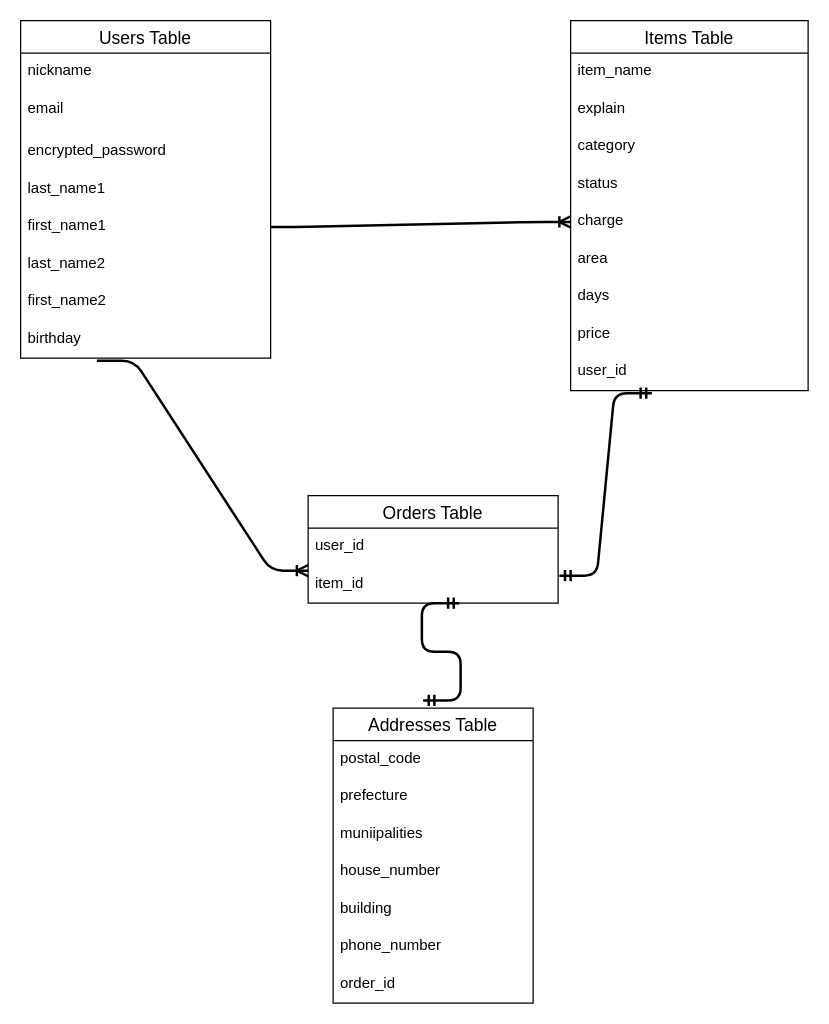
Earlier version of the draw.io diagram furima.dio (rindalinda/furima-36851). Source tidied: cells renumbered, new cells numbered last; positions are measured from the earlier drawing's top-left corner, leaving out a move shared by most shapes. Both pictures are drawn from the tidied source at 125%, with x=0, y=0 at pixel (20, 20).
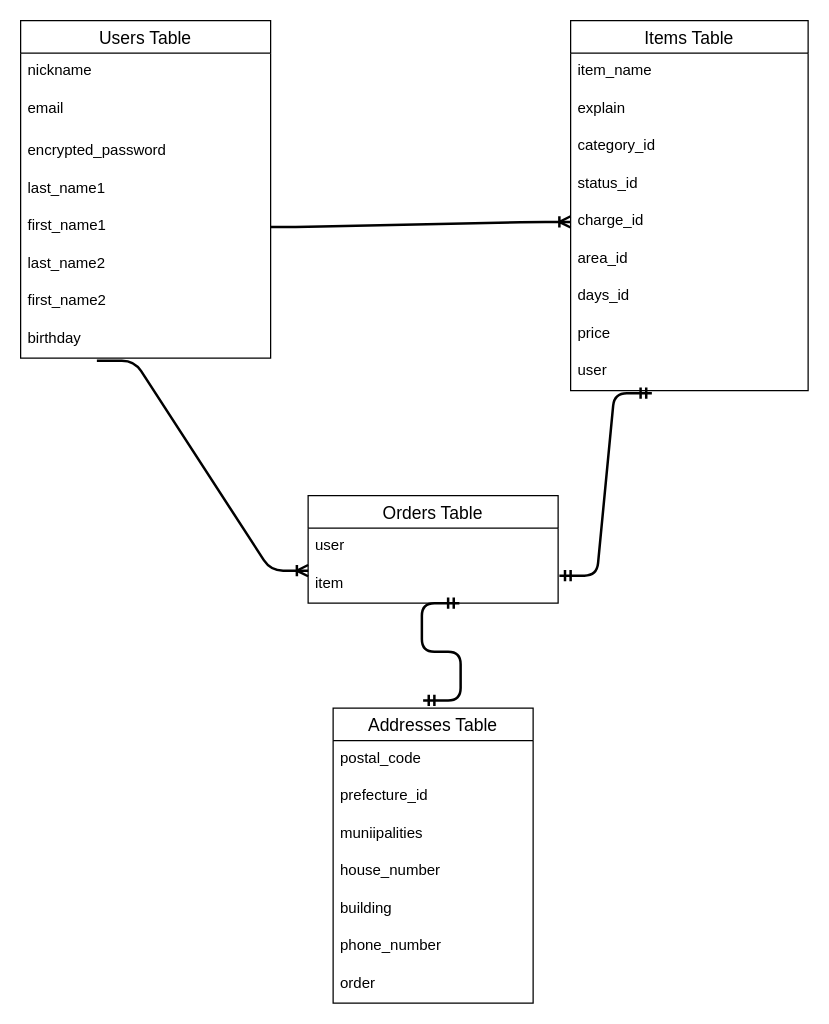
Above is the later version.

Commit message (it also covers changes not shown here):
データベース設計修正

Unchanged cells that the change refers to:
```xml
<mxCell id="11" value="Items Table" style="swimlane;fontStyle=0;horizontal=1;startSize=26;align=center;fontSize=14;" parent="1" vertex="1">
  <mxGeometry x="440" width="190" height="296" as="geometry" />
</mxCell>
<mxCell id="22" value="Orders Table" style="swimlane;fontStyle=0;horizontal=1;startSize=26;align=center;fontSize=14;" parent="1" vertex="1">
  <mxGeometry x="230" y="380" width="200" height="86" as="geometry" />
</mxCell>
<mxCell id="27" value="Addresses Table" style="swimlane;fontStyle=0;horizontal=1;startSize=26;align=center;fontSize=14;" parent="1" vertex="1">
  <mxGeometry x="250" y="550" width="160" height="236" as="geometry" />
</mxCell>
```

Diff of the diagram source:
```diff
@@
-    <mxCell id="14" value="category" style="text;strokeColor=none;fillColor=none;spacingLeft=4;spacingRight=4;overflow=hidden;fontSize=12;" parent="11" vertex="1">
+    <mxCell id="14" value="category_id" style="text;strokeColor=none;fillColor=none;spacingLeft=4;spacingRight=4;overflow=hidden;fontSize=12;" parent="11" vertex="1">
       <mxGeometry y="86" width="190" height="30" as="geometry" />
     </mxCell>
-    <mxCell id="15" value="status" style="text;strokeColor=none;fillColor=none;spacingLeft=4;spacingRight=4;overflow=hidden;fontSize=12;" parent="11" vertex="1">
+    <mxCell id="15" value="status_id" style="text;strokeColor=none;fillColor=none;spacingLeft=4;spacingRight=4;overflow=hidden;fontSize=12;" parent="11" vertex="1">
       <mxGeometry y="116" width="190" height="30" as="geometry" />
     </mxCell>
-    <mxCell id="16" value="charge" style="text;strokeColor=none;fillColor=none;spacingLeft=4;spacingRight=4;overflow=hidden;points=[[0,0.5],[1,0.5]];portConstraint=eastwest;fontSize=12;" parent="11" vertex="1">
+    <mxCell id="16" value="charge_id" style="text;strokeColor=none;fillColor=none;spacingLeft=4;spacingRight=4;overflow=hidden;points=[[0,0.5],[1,0.5]];portConstraint=eastwest;fontSize=12;" parent="11" vertex="1">
       <mxGeometry y="146" width="190" height="30" as="geometry" />
     </mxCell>
-    <mxCell id="17" value="area" style="text;strokeColor=none;fillColor=none;spacingLeft=4;spacingRight=4;overflow=hidden;fontSize=12;" parent="11" vertex="1">
+    <mxCell id="17" value="area_id" style="text;strokeColor=none;fillColor=none;spacingLeft=4;spacingRight=4;overflow=hidden;fontSize=12;" parent="11" vertex="1">
       <mxGeometry y="176" width="190" height="30" as="geometry" />
     </mxCell>
-    <mxCell id="18" value="days" style="text;strokeColor=none;fillColor=none;spacingLeft=4;spacingRight=4;overflow=hidden;fontSize=12;" parent="11" vertex="1">
+    <mxCell id="18" value="days_id" style="text;strokeColor=none;fillColor=none;spacingLeft=4;spacingRight=4;overflow=hidden;fontSize=12;" parent="11" vertex="1">
       <mxGeometry y="206" width="190" height="30" as="geometry" />
     </mxCell>
@@
-    <mxCell id="20" value="user_id" style="text;strokeColor=none;fillColor=none;spacingLeft=4;spacingRight=4;overflow=hidden;points=[[0,0.5],[1,0.5]];portConstraint=eastwest;fontSize=12;" parent="11" vertex="1">
+    <mxCell id="20" value="user" style="text;strokeColor=none;fillColor=none;spacingLeft=4;spacingRight=4;overflow=hidden;points=[[0,0.5],[1,0.5]];portConstraint=eastwest;fontSize=12;" parent="11" vertex="1">
       <mxGeometry y="266" width="190" height="30" as="geometry" />
     </mxCell>
@@
-    <mxCell id="23" value="user_id" style="text;strokeColor=none;fillColor=none;spacingLeft=4;spacingRight=4;overflow=hidden;fontSize=12;" parent="22" vertex="1">
+    <mxCell id="23" value="user" style="text;strokeColor=none;fillColor=none;spacingLeft=4;spacingRight=4;overflow=hidden;fontSize=12;" parent="22" vertex="1">
       <mxGeometry y="26" width="200" height="30" as="geometry" />
     </mxCell>
-    <mxCell id="24" value="item_id" style="text;strokeColor=none;fillColor=none;spacingLeft=4;spacingRight=4;overflow=hidden;points=[[0,0.5],[1,0.5]];portConstraint=eastwest;fontSize=12;" parent="22" vertex="1">
+    <mxCell id="24" value="item" style="text;strokeColor=none;fillColor=none;spacingLeft=4;spacingRight=4;overflow=hidden;points=[[0,0.5],[1,0.5]];portConstraint=eastwest;fontSize=12;" parent="22" vertex="1">
       <mxGeometry y="56" width="200" height="30" as="geometry" />
     </mxCell>
@@
-    <mxCell id="29" value="prefecture" style="text;strokeColor=none;fillColor=none;spacingLeft=4;spacingRight=4;overflow=hidden;fontSize=12;" parent="27" vertex="1">
+    <mxCell id="29" value="prefecture_id" style="text;strokeColor=none;fillColor=none;spacingLeft=4;spacingRight=4;overflow=hidden;fontSize=12;" parent="27" vertex="1">
       <mxGeometry y="56" width="160" height="30" as="geometry" />
     </mxCell>
@@
-    <mxCell id="34" value="order_id" style="text;strokeColor=none;fillColor=none;spacingLeft=4;spacingRight=4;overflow=hidden;fontSize=12;" parent="27" vertex="1">
+    <mxCell id="34" value="order" style="text;strokeColor=none;fillColor=none;spacingLeft=4;spacingRight=4;overflow=hidden;fontSize=12;" parent="27" vertex="1">
       <mxGeometry y="206" width="160" height="30" as="geometry" />
     </mxCell>
```
